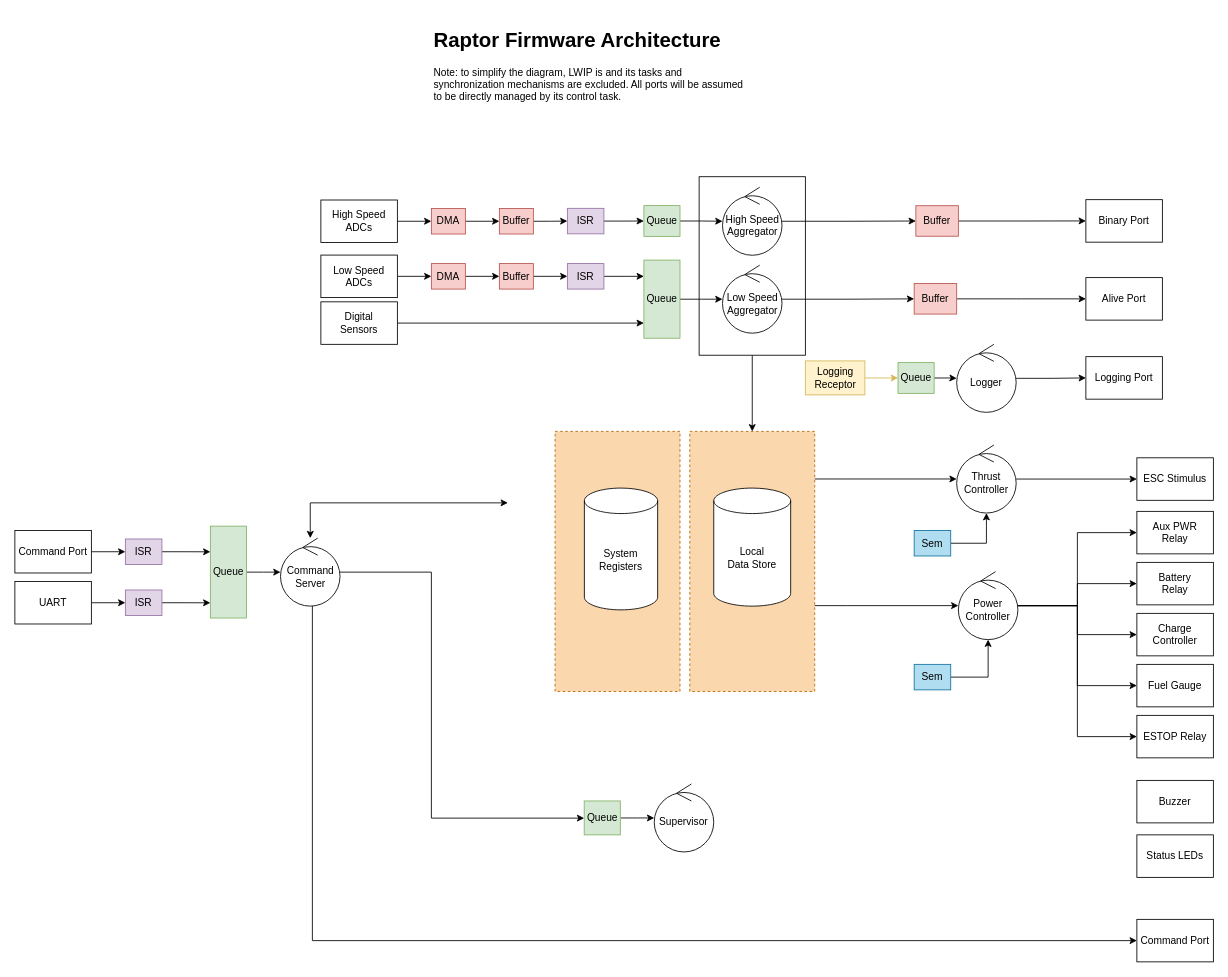
dronectl/ddd keeps this draw.io diagram as raptor/v1/FirmwareArchitecture.drawio. Above is the earlier version. Source tidied: cells renumbered, new cells numbered last; positions are measured from the earlier drawing's top-left corner, leaving out a move shared by most shapes. Both pictures are drawn from the tidied source at 85%, with x=0, y=0 at pixel (14, 23).
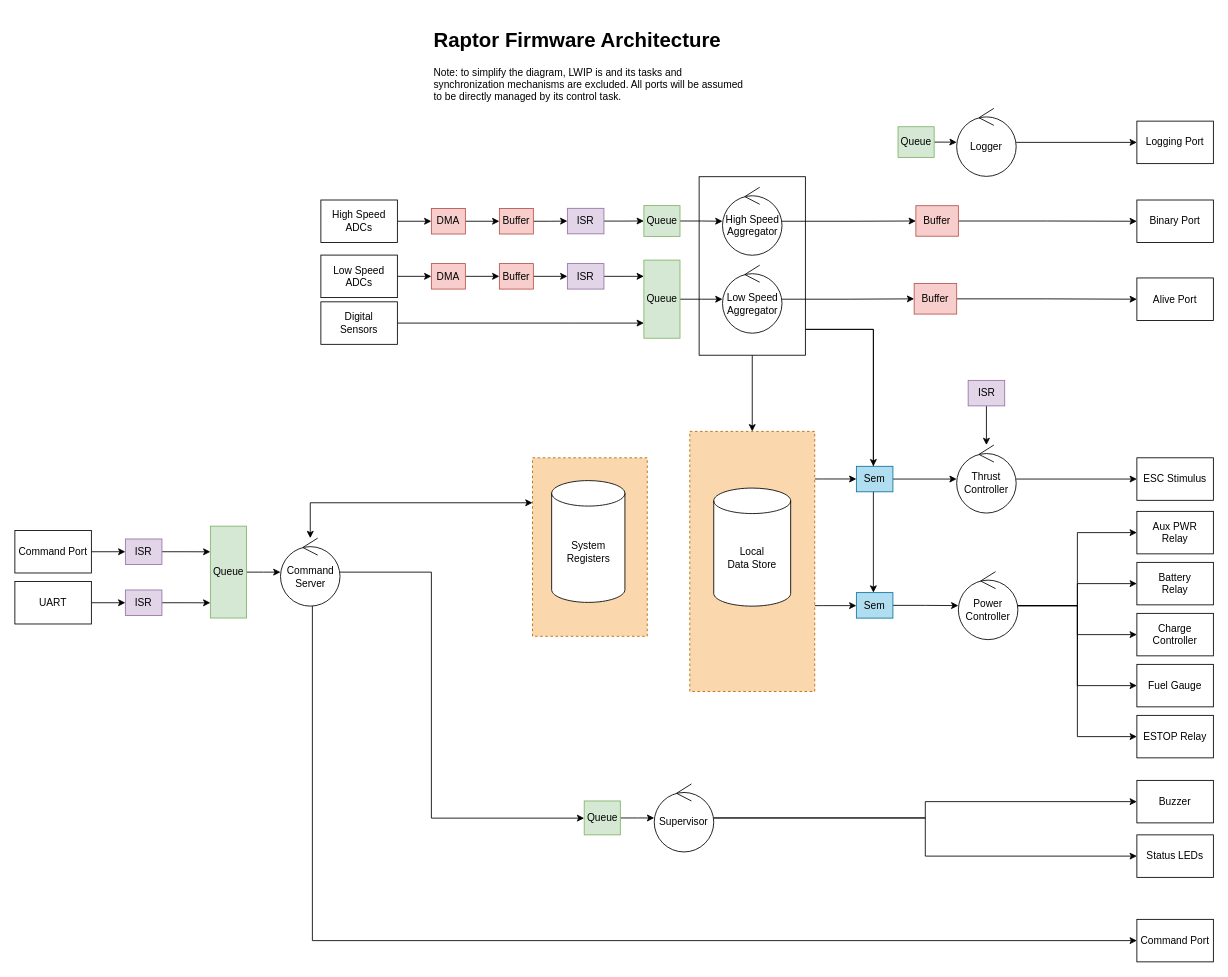
The same diagram, later.

The change refers to these unchanged cells:
```xml
<mxCell id="4" style="rounded=0;whiteSpace=wrap;html=1;fillColor=#fad7ac;strokeColor=#b46504;dashed=1;" parent="1" vertex="1">
  <mxGeometry x="794" y="480" width="147" height="306" as="geometry" />
</mxCell>
<mxCell id="6" style="rounded=0;whiteSpace=wrap;html=1;" parent="1" vertex="1">
  <mxGeometry x="805" y="180.4" width="125" height="210" as="geometry" />
</mxCell>
<mxCell id="42" value="Command Server" style="ellipse;shape=umlControl;whiteSpace=wrap;html=1;" parent="1" vertex="1">
  <mxGeometry x="312.5" y="605.6" width="70" height="80" as="geometry" />
</mxCell>
<mxCell id="50" value="Power&lt;br&gt;Controller" style="ellipse;shape=umlControl;whiteSpace=wrap;html=1;" parent="1" vertex="1">
  <mxGeometry x="1110" y="645" width="70" height="80" as="geometry" />
</mxCell>
<mxCell id="52" value="Thrust Controller" style="ellipse;shape=umlControl;whiteSpace=wrap;html=1;" parent="1" vertex="1">
  <mxGeometry x="1108" y="496.1" width="70" height="80" as="geometry" />
</mxCell>
<mxCell id="79" value="Buzzer" style="rounded=0;whiteSpace=wrap;html=1;" parent="1" vertex="1">
  <mxGeometry x="1320" y="890.6" width="90" height="50" as="geometry" />
</mxCell>
<mxCell id="80" value="Status LEDs" style="rounded=0;whiteSpace=wrap;html=1;" parent="1" vertex="1">
  <mxGeometry x="1320" y="954.7" width="90" height="50" as="geometry" />
</mxCell>
<mxCell id="83" value="Supervisor" style="ellipse;shape=umlControl;whiteSpace=wrap;html=1;" parent="1" vertex="1">
  <mxGeometry x="752.2" y="894.8" width="70" height="80" as="geometry" />
</mxCell>
```

What changed in the source:
```diff
@@
     <mxCell id="2" style="rounded=0;whiteSpace=wrap;html=1;fillColor=#fad7ac;strokeColor=#b46504;dashed=1;" parent="1" vertex="1">
-      <mxGeometry x="635.5" y="480" width="147" height="306" as="geometry" />
+      <mxGeometry x="609" y="511.1" width="135" height="210" as="geometry" />
     </mxCell>
-    <mxCell id="3" style="edgeStyle=orthogonalEdgeStyle;rounded=0;jettySize=auto;html=1;startArrow=none;startFill=0;endArrow=classic;endFill=1;" parent="1" edge="1" source="4" target="52">
-      <mxGeometry relative="1" as="geometry">
-        <Array as="points">
-          <mxPoint x="980" y="536" />
-          <mxPoint x="980" y="536" />
-        </Array>
-      </mxGeometry>
-    </mxCell>
+    <mxCell id="88" style="edgeStyle=orthogonalEdgeStyle;rounded=0;jettySize=auto;html=1;" parent="1" edge="1" source="4" target="85">
+      <mxGeometry relative="1" as="geometry">
+        <Array as="points">
+          <mxPoint x="950" y="536" />
+          <mxPoint x="950" y="536" />
+        </Array>
+      </mxGeometry>
+    </mxCell>
+    <mxCell id="89" style="edgeStyle=orthogonalEdgeStyle;rounded=0;jettySize=auto;html=1;" parent="1" edge="1" source="4" target="87">
+      <mxGeometry relative="1" as="geometry">
+        <Array as="points">
+          <mxPoint x="950" y="685" />
+          <mxPoint x="950" y="685" />
+        </Array>
+      </mxGeometry>
+    </mxCell>
@@
+    <mxCell id="90" style="edgeStyle=orthogonalEdgeStyle;rounded=0;jettySize=auto;html=1;" parent="1" edge="1" source="6" target="85">
+      <mxGeometry relative="1" as="geometry">
+        <Array as="points">
+          <mxPoint x="1010" y="360" />
+        </Array>
+      </mxGeometry>
+    </mxCell>
+    <mxCell id="91" style="edgeStyle=orthogonalEdgeStyle;rounded=0;jettySize=auto;html=1;" parent="1" edge="1" source="6" target="87">
+      <mxGeometry relative="1" as="geometry">
+        <Array as="points">
+          <mxPoint x="1010" y="360" />
+        </Array>
+      </mxGeometry>
+    </mxCell>
@@
     <mxCell id="13" value="Binary Port" style="rounded=0;whiteSpace=wrap;html=1;" parent="1" vertex="1">
-      <mxGeometry x="1260" y="207.4" width="90" height="50" as="geometry" />
+      <mxGeometry x="1320" y="207.8" width="90" height="50" as="geometry" />
     </mxCell>
     <mxCell id="14" value="Alive Port" style="rounded=0;whiteSpace=wrap;html=1;" parent="1" vertex="1">
-      <mxGeometry x="1260" y="299.1" width="90" height="50" as="geometry" />
+      <mxGeometry x="1320" y="299.5" width="90" height="50" as="geometry" />
     </mxCell>
@@
     <mxCell id="16" value="Logging Port" style="rounded=0;whiteSpace=wrap;html=1;" parent="1" vertex="1">
-      <mxGeometry x="1260" y="392.1" width="90" height="50" as="geometry" />
+      <mxGeometry x="1320" y="115" width="90" height="50" as="geometry" />
     </mxCell>
@@
     <mxCell id="34" value="Logger" style="ellipse;shape=umlControl;whiteSpace=wrap;html=1;" parent="1" vertex="1">
-      <mxGeometry x="1108" y="377.6" width="70" height="80" as="geometry" />
+      <mxGeometry x="1108" y="100" width="70" height="80" as="geometry" />
     </mxCell>
@@
     <mxCell id="36" value="Queue" style="rounded=0;whiteSpace=wrap;html=1;fillColor=#d5e8d4;strokeColor=#82b366;" parent="1" vertex="1">
-      <mxGeometry x="1039" y="399.1" width="42.5" height="36.2" as="geometry" />
+      <mxGeometry x="1039" y="121.6" width="42.5" height="36.2" as="geometry" />
     </mxCell>
-    <mxCell id="37" style="endArrow=classic;html=1;rounded=0;fillColor=#fff2cc;strokeColor=#d6b656;" parent="1" edge="1" source="38" target="36">
-      <mxGeometry relative="1" as="geometry" />
-    </mxCell>
-    <mxCell id="38" value="Logging&lt;br&gt;Receptor" style="text;html=1;align=center;verticalAlign=middle;points=[];strokeColor=#d6b656;fillColor=#fff2cc;" parent="1" vertex="1">
-      <mxGeometry x="930" y="397.1" width="70" height="40" as="geometry" />
-    </mxCell>
@@
-    <mxCell id="40" style="edgeStyle=orthogonalEdgeStyle;rounded=0;jettySize=auto;html=1;startArrow=classic;startFill=1;" parent="1" edge="1" source="42">
+    <mxCell id="40" style="edgeStyle=orthogonalEdgeStyle;rounded=0;jettySize=auto;html=1;startArrow=classic;startFill=1;" parent="1" edge="1" source="42" target="2">
       <mxGeometry relative="1" as="geometry">
-        <mxPoint x="580" y="564.1" as="targetPoint" />
         <Array as="points">
-          <mxPoint x="347" y="564.1" />
+          <mxPoint x="347" y="564" />
         </Array>
       </mxGeometry>
     </mxCell>
@@
     <mxCell id="43" value="System&lt;br&gt;&lt;div style=&quot;&quot;&gt;Registers&lt;/div&gt;" style="shape=cylinder3;whiteSpace=wrap;html=1;boundedLbl=1;backgroundOutline=1;size=15;" parent="1" vertex="1">
-      <mxGeometry x="670" y="546.7" width="86.2" height="143.3" as="geometry" />
+      <mxGeometry x="631.5" y="537.9" width="86.2" height="143.3" as="geometry" />
     </mxCell>
@@
-    <mxCell id="49" style="edgeStyle=orthogonalEdgeStyle;rounded=0;jettySize=auto;html=1;startArrow=classic;startFill=1;endArrow=none;endFill=0;" parent="1" edge="1" source="50" target="4">
-      <mxGeometry relative="1" as="geometry">
-        <Array as="points">
-          <mxPoint x="980" y="685" />
-          <mxPoint x="980" y="685" />
-        </Array>
-      </mxGeometry>
-    </mxCell>
@@
+    <mxCell id="92" style="edgeStyle=orthogonalEdgeStyle;rounded=0;jettySize=auto;html=1;" parent="1" edge="1" source="83" target="79">
+      <mxGeometry relative="1" as="geometry" />
+    </mxCell>
+    <mxCell id="93" style="edgeStyle=orthogonalEdgeStyle;rounded=0;jettySize=auto;html=1;" parent="1" edge="1" source="83" target="80">
+      <mxGeometry relative="1" as="geometry" />
+    </mxCell>
@@
+    <mxCell id="86" style="edgeStyle=orthogonalEdgeStyle;rounded=0;jettySize=auto;html=1;" parent="1" edge="1" source="87" target="50">
+      <mxGeometry relative="1" as="geometry" />
+    </mxCell>
+    <mxCell id="87" value="Sem" style="rounded=0;whiteSpace=wrap;html=1;fillColor=#b1ddf0;strokeColor=#10739e;" parent="1" vertex="1">
+      <mxGeometry x="990" y="669.7" width="43" height="30" as="geometry" />
+    </mxCell>
@@
     <mxCell id="85" value="Sem" style="rounded=0;whiteSpace=wrap;html=1;fillColor=#b1ddf0;strokeColor=#10739e;" parent="1" vertex="1">
-      <mxGeometry x="1058" y="596.6" width="43" height="30" as="geometry" />
+      <mxGeometry x="990" y="521.1" width="43" height="30" as="geometry" />
     </mxCell>
-    <mxCell id="86" style="edgeStyle=orthogonalEdgeStyle;rounded=0;jettySize=auto;html=1;" parent="1" edge="1" source="87" target="50">
-      <mxGeometry relative="1" as="geometry" />
-    </mxCell>
-    <mxCell id="87" value="Sem" style="rounded=0;whiteSpace=wrap;html=1;fillColor=#b1ddf0;strokeColor=#10739e;" parent="1" vertex="1">
-      <mxGeometry x="1058" y="754.1" width="43" height="30" as="geometry" />
-    </mxCell>
+    <mxCell id="94" style="edgeStyle=orthogonalEdgeStyle;rounded=0;jettySize=auto;html=1;" parent="1" edge="1" source="95" target="52">
+      <mxGeometry relative="1" as="geometry" />
+    </mxCell>
+    <mxCell id="95" value="ISR" style="rounded=0;whiteSpace=wrap;html=1;fillColor=#e1d5e7;strokeColor=#9673a6;" parent="1" vertex="1">
+      <mxGeometry x="1121.5" y="420" width="43" height="30" as="geometry" />
+    </mxCell>
```
